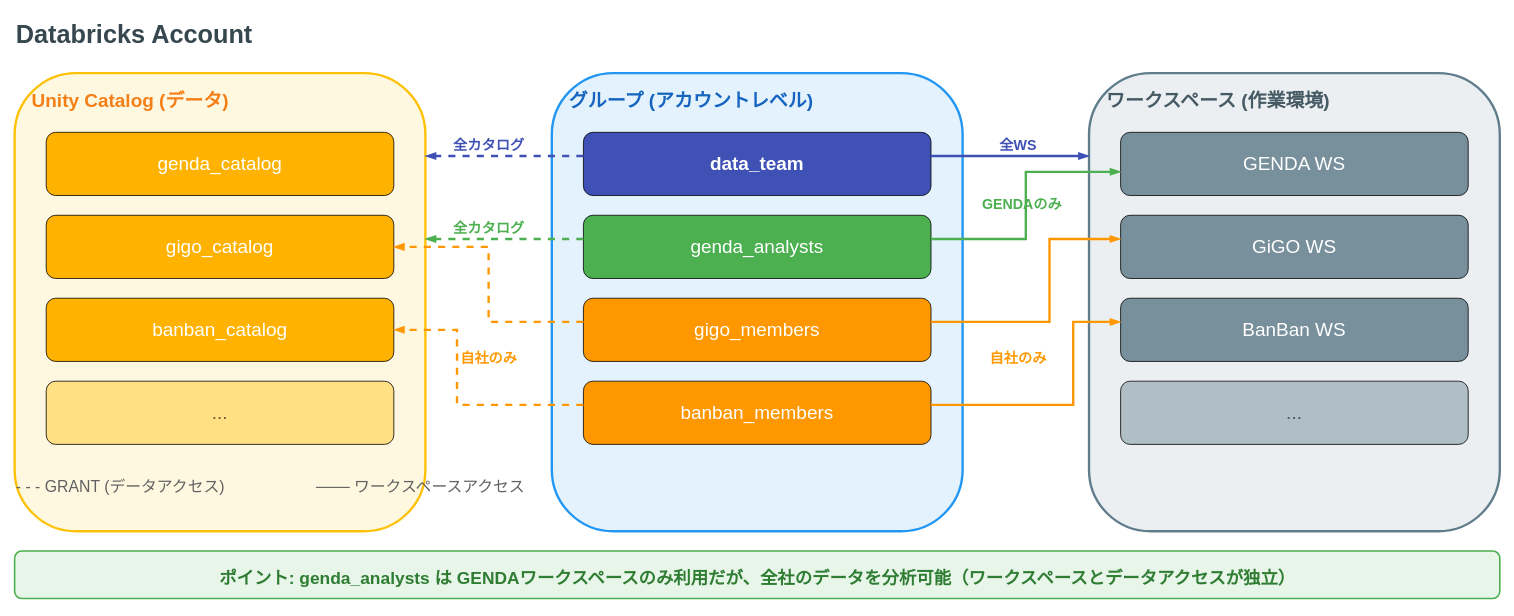
Earlier version of the draw.io diagram assets/2025-12-22-aeon-tech-hub-databricks/multi-workspace-architecture.drawio (i9wa4/i9wa4.github.io). Source tidied: cells renumbered, new cells numbered last; positions are measured from the earlier drawing's top-left corner, leaving out a move shared by most shapes. Both pictures are drawn from the tidied source at 79%, with x=0, y=0 at pixel (14, 13).
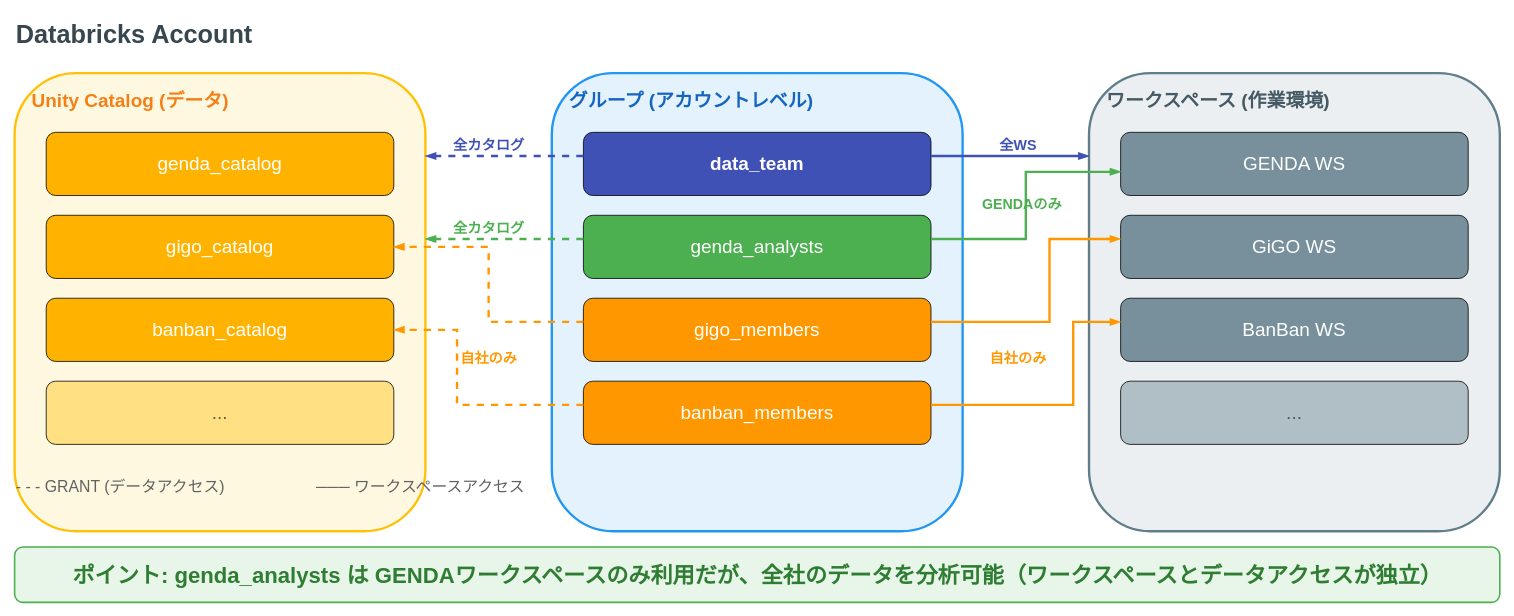
The same diagram, later.

Commit message (it also covers changes not shown here):
WIP: multi-workspace-architecture のポイント文字サイズ拡大

Diff of the diagram source:
```diff
@@
     <mxCell id="37" style="rounded=1;whiteSpace=wrap;html=1;fillColor=#E8F5E9;strokeColor=#4CAF50;strokeWidth=2;" parent="1" vertex="1">
-      <mxGeometry y="680" width="1880" height="60" as="geometry" />
+      <mxGeometry y="675" width="1880" height="70" as="geometry" />
     </mxCell>
-    <mxCell id="38" value="ポイント: genda_analysts は GENDAワークスペースのみ利用だが、全社のデータを分析可能（ワークスペースとデータアクセスが独立）" style="text;html=1;fontSize=22;fontFamily=Noto Sans JP;fontColor=#2E7D32;fontStyle=1;align=center;" parent="1" vertex="1">
-      <mxGeometry x="10" y="695" width="1860" height="35" as="geometry" />
+    <mxCell id="38" value="ポイント: genda_analysts は GENDAワークスペースのみ利用だが、全社のデータを分析可能（ワークスペースとデータアクセスが独立）" style="text;html=1;fontSize=28;fontFamily=Noto Sans JP;fontColor=#2E7D32;fontStyle=1;align=center;" parent="1" vertex="1">
+      <mxGeometry x="10" y="688" width="1860" height="45" as="geometry" />
     </mxCell>
```
